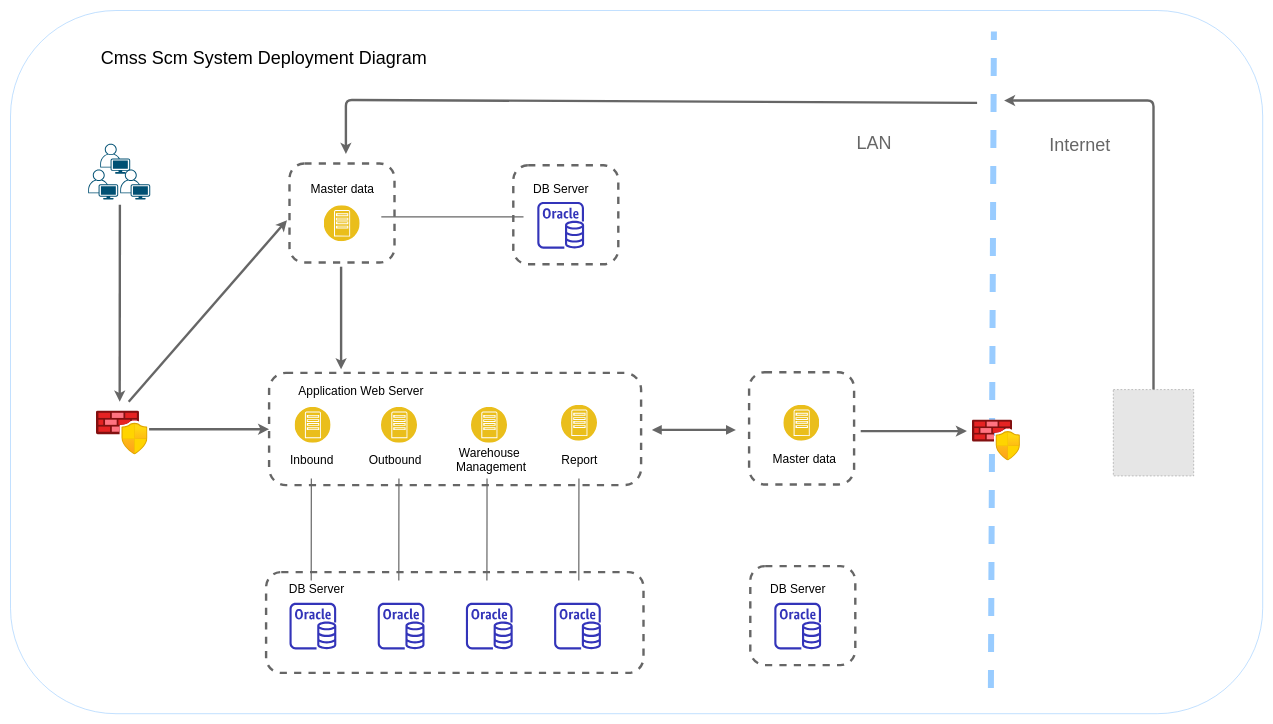
The draw.io diagram page "Page-5" (5 of 5) of Untitled Diagram.drawio in xhraymond/frozenui, before the edit. Source tidied: cells renumbered, new cells numbered last; positions are measured from the earlier drawing's top-left corner, leaving out a move shared by most shapes. Both pictures are drawn from the tidied source at 60%, with x=0, y=0 at pixel (10, 10). Pictures stored in the file or linked from it are replaced by grey dashed boxes.
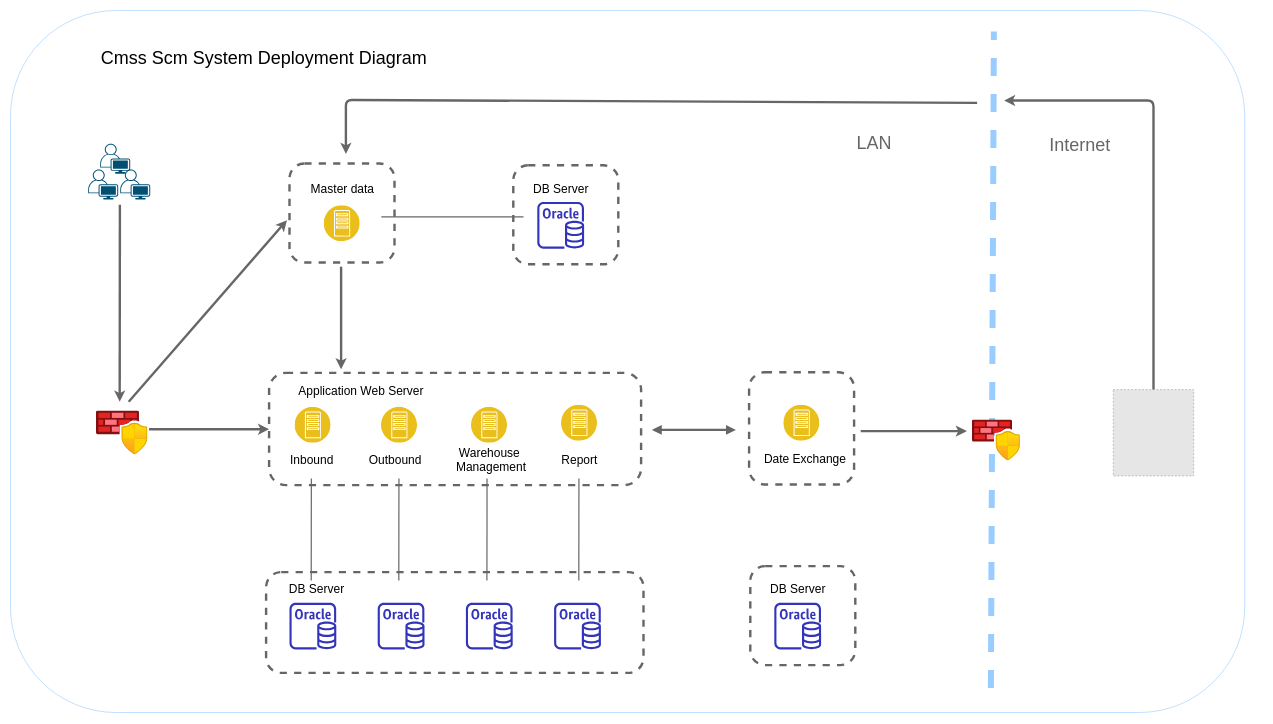
Above is the later version.

What changed in the source:
```diff
@@
-    <mxCell id="34" value="Master data" style="text;html=1;align=center;verticalAlign=middle;strokeColor=none;fontSize=20;fontColor=#000000;" parent="1" vertex="1">
-      <mxGeometry x="1265" y="732" width="116" height="28" as="geometry" />
+    <mxCell id="34" value="Date Exchange" style="text;html=1;align=center;verticalAlign=middle;strokeColor=none;fontSize=20;fontColor=#000000;" parent="1" vertex="1">
+      <mxGeometry x="1250" y="732" width="147" height="28" as="geometry" />
     </mxCell>
@@
     <mxCell id="53" style="rounded=1;whiteSpace=wrap;html=1;fontSize=20;fontColor=#000000;strokeWidth=1;fillColor=none;strokeColor=#99CCFF;" parent="1" vertex="1">
-      <mxGeometry width="2087" height="1172" as="geometry" />
+      <mxGeometry width="2057" height="1170" as="geometry" />
     </mxCell>
```
